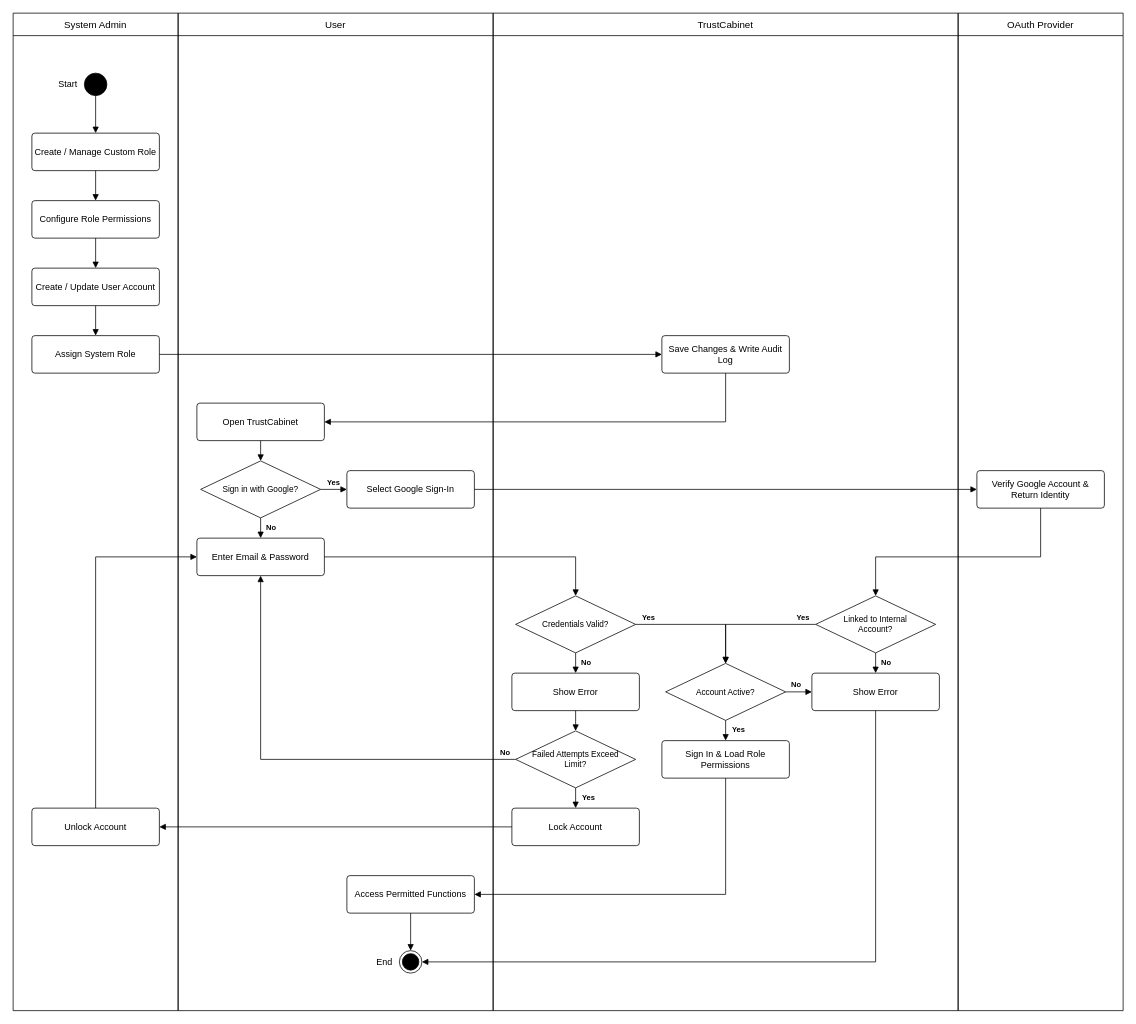
Above: docs/09-bussinessflow/BF-01_System_Access_Administration.drawio in callmehai/FU-FA26-G116 (draw.io), before the change. Source tidied: cells renumbered, new cells numbered last; positions are measured from the earlier drawing's top-left corner, leaving out a move shared by most shapes. Both pictures are drawn from the tidied source at 75%, with x=0, y=0 at pixel (13, 13).
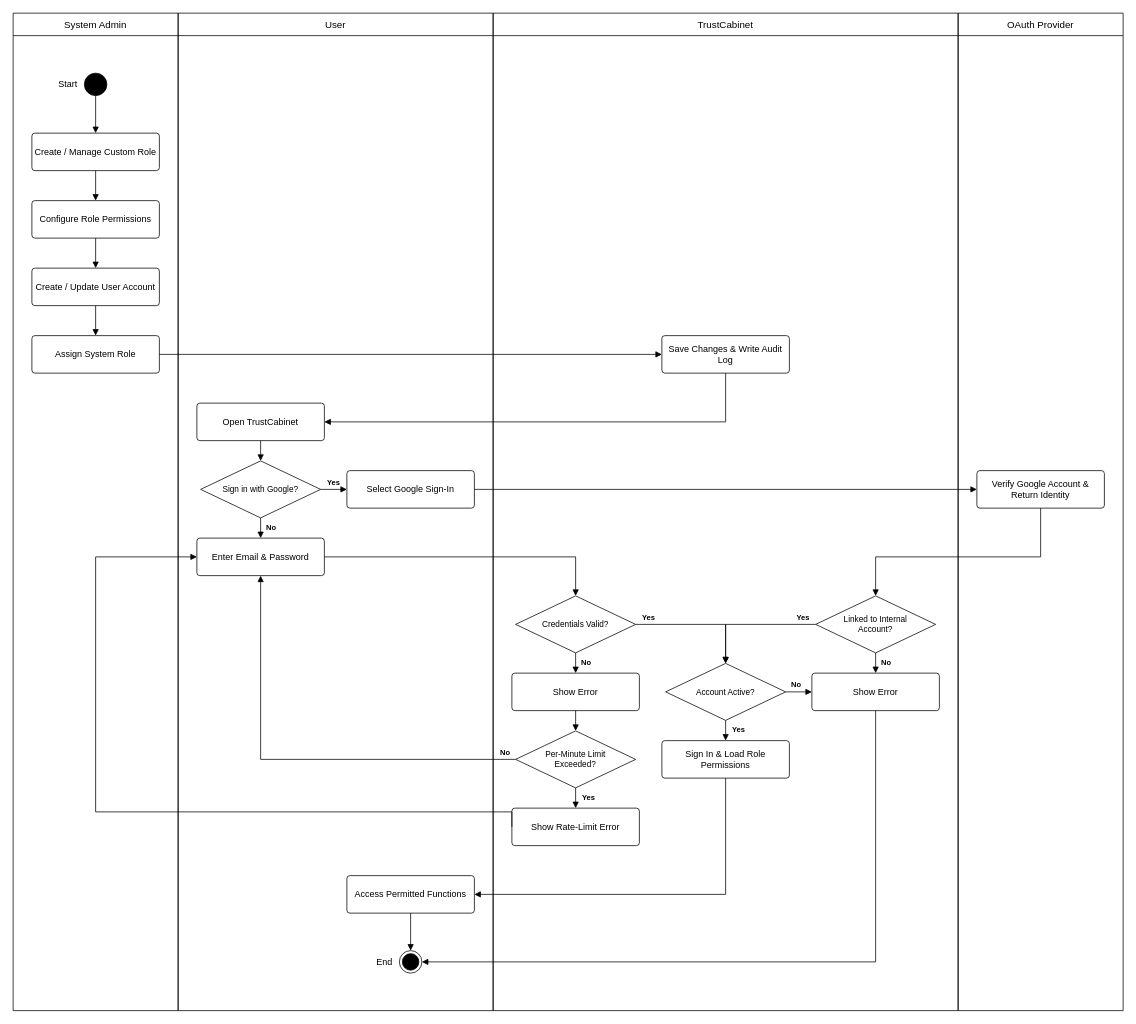
The same page after the edit.

Unchanged cells that the change refers to:
```xml
<mxCell id="2" value="System Admin" style="swimlane;html=1;startSize=30;horizontal=1;fillColor=none;strokeColor=#000000;fontColor=#000000;fontStyle=0;fontSize=13;whiteSpace=wrap;" parent="1" vertex="1">
  <mxGeometry width="220" height="1330" as="geometry" />
</mxCell>
<mxCell id="13" value="Enter Email &amp; Password" style="rounded=1;arcSize=8;html=1;whiteSpace=wrap;fillColor=#ffffff;strokeColor=#000000;fontColor=#000000;fontSize=12;" parent="9" vertex="1">
  <mxGeometry x="25" y="700" width="170" height="50" as="geometry" />
</mxCell>
<mxCell id="16" value="TrustCabinet" style="swimlane;html=1;startSize=30;horizontal=1;fillColor=none;strokeColor=#000000;fontColor=#000000;fontStyle=0;fontSize=13;whiteSpace=wrap;" parent="1" vertex="1">
  <mxGeometry x="640" width="620" height="1330" as="geometry" />
</mxCell>
```

Diff of the diagram source:
```diff
@@
-    <mxCell id="8" value="Unlock Account" style="rounded=1;arcSize=8;html=1;whiteSpace=wrap;fillColor=#ffffff;strokeColor=#000000;fontColor=#000000;fontSize=12;" parent="2" vertex="1">
-      <mxGeometry x="25" y="1060" width="170" height="50" as="geometry" />
-    </mxCell>
@@
-    <mxCell id="22" value="Failed Attempts Exceed Limit?" style="rhombus;spacingLeft=16;spacingRight=16;html=1;whiteSpace=wrap;fillColor=#ffffff;strokeColor=#000000;fontColor=#000000;fontSize=11;" parent="16" vertex="1">
+    <mxCell id="22" value="Per-Minute Limit Exceeded?" style="rhombus;spacingLeft=16;spacingRight=16;html=1;whiteSpace=wrap;fillColor=#ffffff;strokeColor=#000000;fontColor=#000000;fontSize=11;" parent="16" vertex="1">
       <mxGeometry x="30" y="957" width="160" height="76" as="geometry" />
     </mxCell>
-    <mxCell id="23" value="Lock Account" style="rounded=1;arcSize=8;html=1;whiteSpace=wrap;fillColor=#ffffff;strokeColor=#000000;fontColor=#000000;fontSize=12;" parent="16" vertex="1">
+    <mxCell id="23" value="Show Rate-Limit Error" style="rounded=1;arcSize=8;html=1;whiteSpace=wrap;fillColor=#ffffff;strokeColor=#000000;fontColor=#000000;fontSize=12;" parent="16" vertex="1">
       <mxGeometry x="25" y="1060" width="170" height="50" as="geometry" />
     </mxCell>
@@
-    <mxCell id="46" style="edgeStyle=orthogonalEdgeStyle;rounded=0;jettySize=auto;html=1;endArrow=block;endFill=1;strokeColor=#000000;fontColor=#000000;fontSize=10;fontStyle=1;labelBackgroundColor=#ffffff;jumpStyle=arc;jumpSize=6;exitX=0;exitY=0.5;exitDx=0;exitDy=0;entryX=1;entryY=0.5;entryDx=0;entryDy=0;" parent="1" edge="1" source="23" target="8">
-      <mxGeometry relative="1" as="geometry">
-        <mxPoint x="-8" y="-10" as="offset" />
-      </mxGeometry>
-    </mxCell>
-    <mxCell id="47" style="edgeStyle=orthogonalEdgeStyle;rounded=0;jettySize=auto;html=1;endArrow=block;endFill=1;strokeColor=#000000;fontColor=#000000;fontSize=10;fontStyle=1;labelBackgroundColor=#ffffff;jumpStyle=arc;jumpSize=6;exitX=0.5;exitY=0;exitDx=0;exitDy=0;entryX=0;entryY=0.5;entryDx=0;entryDy=0;" parent="1" edge="1" source="8" target="13">
-      <mxGeometry relative="1" as="geometry">
-        <Array as="points">
-          <mxPoint x="110" y="725" />
-        </Array>
-        <mxPoint x="8" y="-12" as="offset" />
-      </mxGeometry>
-    </mxCell>
+    <mxCell id="54" style="edgeStyle=orthogonalEdgeStyle;rounded=0;jettySize=auto;html=1;endArrow=block;endFill=1;strokeColor=#000000;fontColor=#000000;fontSize=10;fontStyle=1;labelBackgroundColor=#ffffff;jumpStyle=arc;jumpSize=6;exitX=0;exitY=0.5;exitDx=0;exitDy=0;entryX=0;entryY=0.5;entryDx=0;entryDy=0;" parent="1" edge="1" source="23" target="13">
+      <mxGeometry relative="1" as="geometry">
+        <Array as="points">
+          <mxPoint x="110" y="1065" />
+          <mxPoint x="110" y="725" />
+        </Array>
+        <mxPoint x="8" y="-12" as="offset" />
+      </mxGeometry>
+    </mxCell>
```
